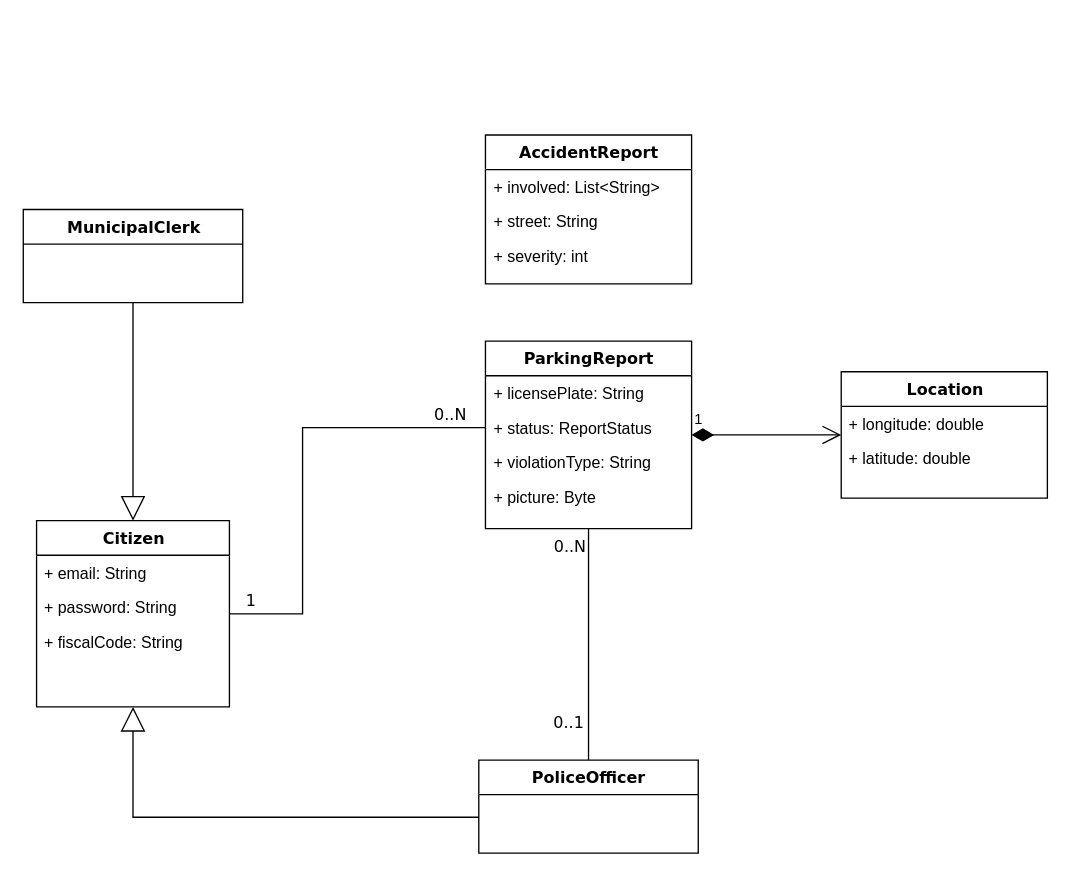
The draw.io diagram RASD/diagrams/class-diagram.drawio in f3d0ss/CazzolaDotti-se2, before the edit. Source tidied: cells renumbered, new cells numbered last; positions are measured from the earlier drawing's top-left corner, leaving out a move shared by most shapes. Both pictures are drawn from the tidied source at 133%, with x=0, y=0 at pixel (23, 134).
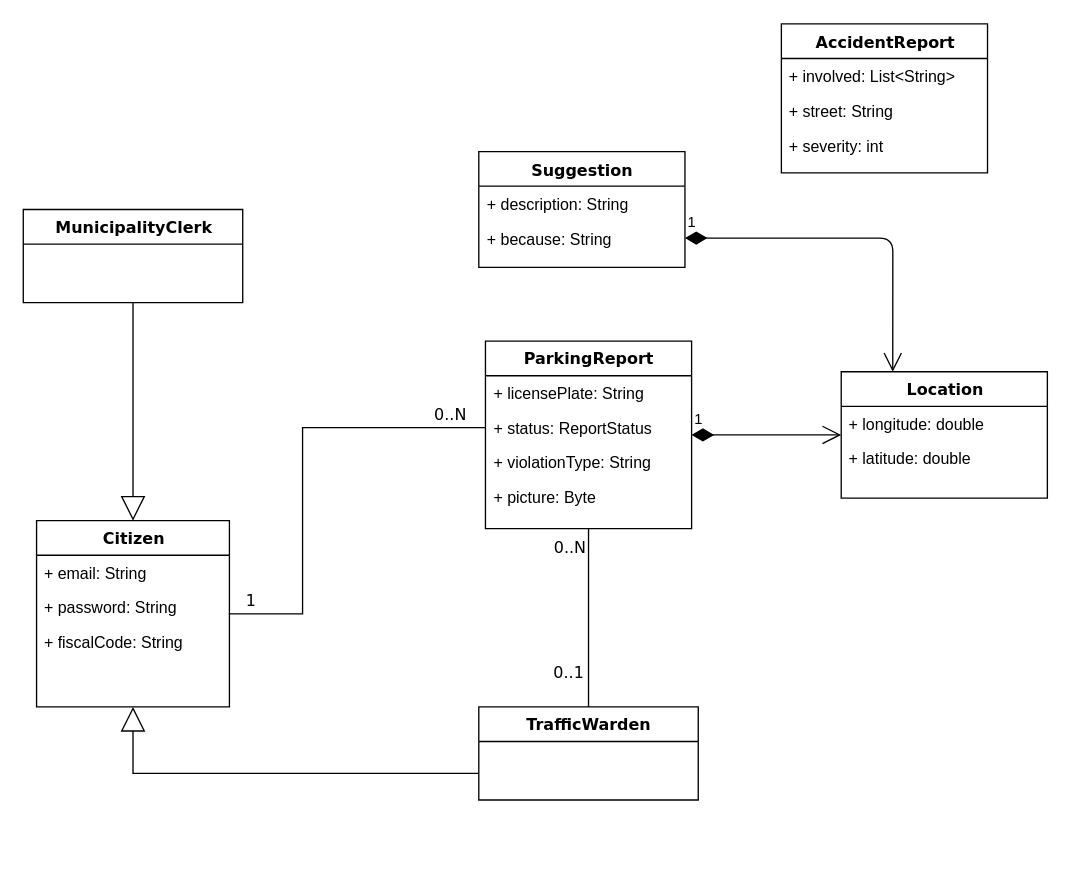
The same diagram, later.

The change refers to these unchanged cells:
```xml
<mxCell id="12" value="Location" style="swimlane;html=1;fontStyle=1;align=center;verticalAlign=top;horizontal=1;startSize=26;swimlaneFillColor=#ffffff;rounded=0;shadow=0;comic=0;labelBackgroundColor=none;strokeColor=#000000;strokeWidth=1;fillColor=none;fontFamily=Verdana;fontSize=12;fontColor=#000000;" parent="1" vertex="1">
  <mxGeometry x="615" y="178" width="155" height="95" as="geometry" />
</mxCell>
<mxCell id="16" style="edgeStyle=orthogonalEdgeStyle;rounded=0;html=1;labelBackgroundColor=none;startArrow=none;startFill=0;startSize=8;endArrow=none;endFill=0;endSize=16;fontFamily=Verdana;fontSize=12;" parent="1" edge="1" source="5" target="10">
  <mxGeometry relative="1" as="geometry" />
</mxCell>
<mxCell id="23" value="Citizen" style="swimlane;html=1;fontStyle=1;align=center;verticalAlign=top;horizontal=1;startSize=26;swimlaneFillColor=#ffffff;rounded=0;shadow=0;comic=0;labelBackgroundColor=none;strokeColor=#000000;strokeWidth=1;fillColor=none;fontFamily=Verdana;fontSize=12;fontColor=#000000;" parent="1" vertex="1">
  <mxGeometry x="10" y="290" width="145" height="140" as="geometry" />
</mxCell>
```

What changed in the source:
```diff
@@
-    <mxCell id="10" value="PoliceOfficer" style="swimlane;html=1;fontStyle=1;align=center;verticalAlign=top;horizontal=1;startSize=26;swimlaneFillColor=#ffffff;rounded=0;shadow=0;comic=0;labelBackgroundColor=none;strokeColor=#000000;strokeWidth=1;fillColor=none;fontFamily=Verdana;fontSize=12;fontColor=#000000;" parent="1" vertex="1">
-      <mxGeometry x="342.5" y="470" width="165" height="70" as="geometry" />
+    <mxCell id="10" value="TrafficWarden" style="swimlane;html=1;fontStyle=1;align=center;verticalAlign=top;horizontal=1;startSize=26;swimlaneFillColor=#ffffff;rounded=0;shadow=0;comic=0;labelBackgroundColor=none;strokeColor=#000000;strokeWidth=1;fillColor=none;fontFamily=Verdana;fontSize=12;fontColor=#000000;" parent="1" vertex="1">
+      <mxGeometry x="342.5" y="430" width="165" height="70" as="geometry" />
     </mxCell>
     <mxCell id="11" style="edgeStyle=orthogonalEdgeStyle;rounded=0;html=1;labelBackgroundColor=none;startArrow=none;startFill=0;startSize=8;endArrow=block;endFill=0;endSize=16;fontFamily=Verdana;fontSize=12;entryX=0.5;entryY=1;entryDx=0;entryDy=0;" parent="1" edge="1" source="10" target="23">
       <mxGeometry relative="1" as="geometry">
         <Array as="points">
-          <mxPoint x="83" y="513" />
+          <mxPoint x="82" y="480" />
         </Array>
       </mxGeometry>
     </mxCell>
@@
     <mxCell id="17" value="0..N" style="text;html=1;align=center;verticalAlign=middle;labelBackgroundColor=#ffffff;fontSize=12;fontFamily=Verdana;fontColor=#000000;" parent="16" vertex="1">
       <mxGeometry x="-0.57" y="-86" relative="1" as="geometry">
-        <mxPoint x="71" y="-23.5" as="offset" />
+        <mxPoint x="71" y="-15" as="offset" />
       </mxGeometry>
     </mxCell>
@@
     <mxCell id="19" value="AccidentReport" style="swimlane;html=1;fontStyle=1;align=center;verticalAlign=top;horizontal=1;startSize=26;swimlaneFillColor=#ffffff;rounded=0;shadow=0;comic=0;labelBackgroundColor=none;strokeColor=#000000;strokeWidth=1;fillColor=none;fontFamily=Verdana;fontSize=12;fontColor=#000000;" parent="1" vertex="1">
-      <mxGeometry x="347.5" width="155" height="112" as="geometry" />
+      <mxGeometry x="570" y="-83.5" width="155" height="112" as="geometry" />
     </mxCell>
@@
-    <mxCell id="27" value="MunicipalClerk" style="swimlane;html=1;fontStyle=1;align=center;verticalAlign=top;horizontal=1;startSize=26;swimlaneFillColor=#ffffff;rounded=0;shadow=0;comic=0;labelBackgroundColor=none;strokeColor=#000000;strokeWidth=1;fillColor=none;fontFamily=Verdana;fontSize=12;fontColor=#000000;" parent="1" vertex="1">
+    <mxCell id="27" value="MunicipalityClerk" style="swimlane;html=1;fontStyle=1;align=center;verticalAlign=top;horizontal=1;startSize=26;swimlaneFillColor=#ffffff;rounded=0;shadow=0;comic=0;labelBackgroundColor=none;strokeColor=#000000;strokeWidth=1;fillColor=none;fontFamily=Verdana;fontSize=12;fontColor=#000000;" parent="1" vertex="1">
       <mxGeometry y="56" width="165" height="70" as="geometry" />
     </mxCell>
@@
+    <mxCell id="29" value="Suggestion" style="swimlane;html=1;fontStyle=1;align=center;verticalAlign=top;horizontal=1;startSize=26;swimlaneFillColor=#ffffff;rounded=0;shadow=0;comic=0;labelBackgroundColor=none;strokeColor=#000000;strokeWidth=1;fillColor=none;fontFamily=Verdana;fontSize=12;fontColor=#000000;" parent="1" vertex="1">
+      <mxGeometry x="342.5" y="12.5" width="155" height="87" as="geometry" />
+    </mxCell>
+    <mxCell id="30" value="+ description: String" style="text;html=1;strokeColor=none;fillColor=none;align=left;verticalAlign=top;spacingLeft=4;spacingRight=4;whiteSpace=wrap;overflow=hidden;" parent="29" vertex="1">
+      <mxGeometry y="26" width="155" height="26" as="geometry" />
+    </mxCell>
+    <mxCell id="31" value="+ because: String" style="text;html=1;strokeColor=none;fillColor=none;align=left;verticalAlign=top;spacingLeft=4;spacingRight=4;whiteSpace=wrap;overflow=hidden;points=[[0,0.5],[1,0.5]];portConstraint=eastwest;" parent="29" vertex="1">
+      <mxGeometry y="52" width="155" height="26" as="geometry" />
+    </mxCell>
+    <mxCell id="32" value="1" style="endArrow=open;html=1;endSize=12;startArrow=diamondThin;startSize=14;startFill=1;edgeStyle=orthogonalEdgeStyle;align=left;verticalAlign=bottom;exitX=1;exitY=0.5;exitDx=0;exitDy=0;entryX=0.25;entryY=0;entryDx=0;entryDy=0;" parent="1" edge="1" source="31" target="12">
+      <mxGeometry x="-1" y="3" relative="1" as="geometry" />
+    </mxCell>
```
